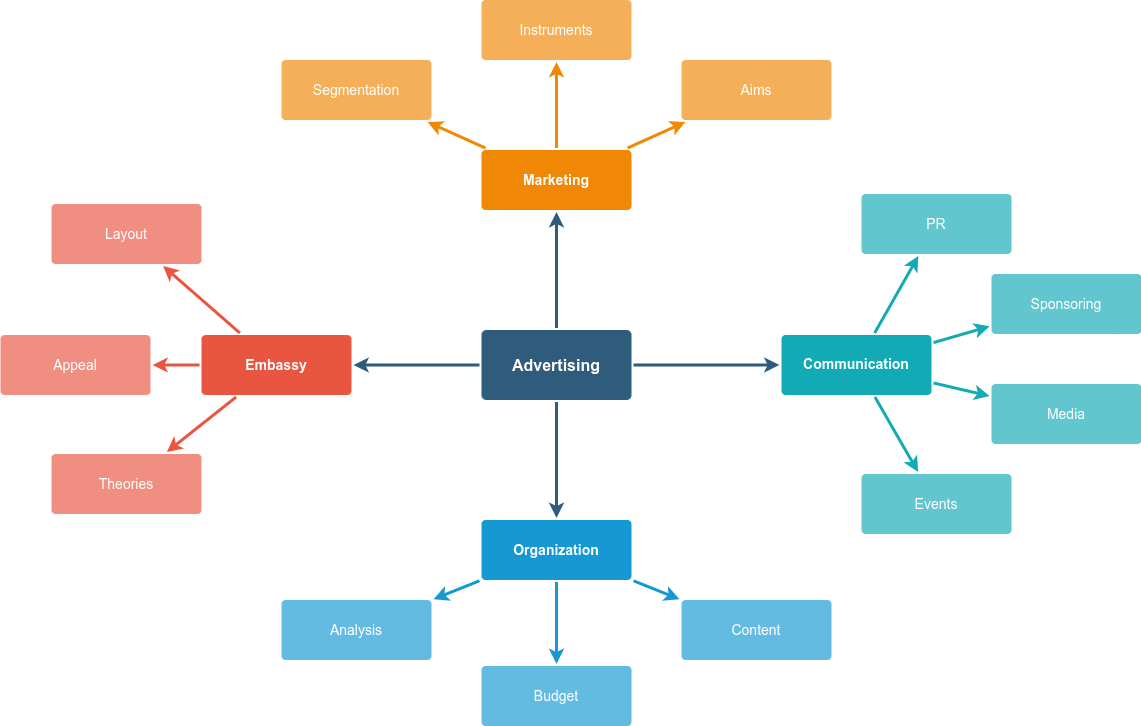
ronsmith/sandbox keeps this draw.io diagram as TryMindmap.drawio.png. Above is the earlier version. Source tidied: cells renumbered, new cells last; positions are measured from the earlier drawing's top-left corner, leaving out a move shared by most shapes. Its diagram source:
```xml
<mxGraphModel>
  <root>
    <mxCell id="0" />
    <mxCell id="1" parent="0" />
    <mxCell id="2" style="edgeStyle=none;rounded=0;jumpStyle=none;html=1;shadow=0;labelBackgroundColor=none;startArrow=none;startFill=0;endArrow=classic;endFill=1;jettySize=auto;strokeColor=#2F5B7C;strokeWidth=3;fontFamily=Helvetica;fontSize=16;fontColor=#23445D;spacing=5;" parent="1" edge="1" source="6" target="21">
      <mxGeometry relative="1" as="geometry" />
    </mxCell>
    <mxCell id="3" style="edgeStyle=none;rounded=0;jumpStyle=none;html=1;shadow=0;labelBackgroundColor=none;startArrow=none;startFill=0;endArrow=classic;endFill=1;jettySize=auto;strokeColor=#2F5B7C;strokeWidth=3;fontFamily=Helvetica;fontSize=16;fontColor=#23445D;spacing=5;" parent="1" edge="1" source="6" target="28">
      <mxGeometry relative="1" as="geometry" />
    </mxCell>
    <mxCell id="4" style="edgeStyle=none;rounded=0;jumpStyle=none;html=1;shadow=0;labelBackgroundColor=none;startArrow=none;startFill=0;endArrow=classic;endFill=1;jettySize=auto;strokeColor=#2F5B7C;strokeWidth=3;fontFamily=Helvetica;fontSize=16;fontColor=#23445D;spacing=5;" parent="1" edge="1" source="6" target="17">
      <mxGeometry relative="1" as="geometry" />
    </mxCell>
    <mxCell id="5" style="edgeStyle=none;rounded=0;jumpStyle=none;html=1;shadow=0;labelBackgroundColor=none;startArrow=none;startFill=0;endArrow=classic;endFill=1;jettySize=auto;strokeColor=#2F5B7C;strokeWidth=3;fontFamily=Helvetica;fontSize=16;fontColor=#23445D;spacing=5;" parent="1" edge="1" source="6" target="10">
      <mxGeometry relative="1" as="geometry" />
    </mxCell>
    <mxCell id="6" value="Advertising" style="rounded=1;whiteSpace=wrap;html=1;shadow=0;labelBackgroundColor=none;strokeColor=none;strokeWidth=3;fillColor=#2F5B7C;fontFamily=Helvetica;fontSize=16;fontColor=#FFFFFF;align=center;fontStyle=1;spacing=5;arcSize=7;perimeterSpacing=2;" parent="1" vertex="1">
      <mxGeometry x="481" y="330.5" width="150" height="70" as="geometry" />
    </mxCell>
    <mxCell id="7" style="edgeStyle=none;rounded=1;jumpStyle=none;html=1;shadow=0;labelBackgroundColor=none;startArrow=none;startFill=0;jettySize=auto;strokeColor=#E85642;strokeWidth=3;fontFamily=Helvetica;fontSize=14;fontColor=#FFFFFF;spacing=5;fontStyle=1;fillColor=#b0e3e6;" parent="1" edge="1" source="10" target="13">
      <mxGeometry relative="1" as="geometry" />
    </mxCell>
    <mxCell id="8" style="edgeStyle=none;rounded=1;jumpStyle=none;html=1;shadow=0;labelBackgroundColor=none;startArrow=none;startFill=0;jettySize=auto;strokeColor=#E85642;strokeWidth=3;fontFamily=Helvetica;fontSize=14;fontColor=#FFFFFF;spacing=5;fontStyle=1;fillColor=#b0e3e6;" parent="1" edge="1" source="10" target="12">
      <mxGeometry relative="1" as="geometry" />
    </mxCell>
    <mxCell id="9" style="edgeStyle=none;rounded=1;jumpStyle=none;html=1;shadow=0;labelBackgroundColor=none;startArrow=none;startFill=0;jettySize=auto;strokeColor=#E85642;strokeWidth=3;fontFamily=Helvetica;fontSize=14;fontColor=#FFFFFF;spacing=5;fontStyle=1;fillColor=#b0e3e6;" parent="1" edge="1" source="10" target="11">
      <mxGeometry relative="1" as="geometry" />
    </mxCell>
    <mxCell id="10" value="Embassy" style="rounded=1;whiteSpace=wrap;html=1;shadow=0;labelBackgroundColor=none;strokeColor=none;strokeWidth=3;fillColor=#e85642;fontFamily=Helvetica;fontSize=14;fontColor=#FFFFFF;align=center;spacing=5;fontStyle=1;arcSize=7;perimeterSpacing=2;" parent="1" vertex="1">
      <mxGeometry x="201" y="335.5" width="150" height="60" as="geometry" />
    </mxCell>
    <mxCell id="11" value="Theories" style="rounded=1;whiteSpace=wrap;html=1;shadow=0;labelBackgroundColor=none;strokeColor=none;strokeWidth=3;fillColor=#f08e81;fontFamily=Helvetica;fontSize=14;fontColor=#FFFFFF;align=center;spacing=5;fontStyle=0;arcSize=7;perimeterSpacing=2;" parent="1" vertex="1">
      <mxGeometry x="51" y="454.5" width="150" height="60" as="geometry" />
    </mxCell>
    <mxCell id="12" value="Appeal" style="rounded=1;whiteSpace=wrap;html=1;shadow=0;labelBackgroundColor=none;strokeColor=none;strokeWidth=3;fillColor=#f08e81;fontFamily=Helvetica;fontSize=14;fontColor=#FFFFFF;align=center;spacing=5;fontStyle=0;arcSize=7;perimeterSpacing=2;" parent="1" vertex="1">
      <mxGeometry y="335.5" width="150" height="60" as="geometry" />
    </mxCell>
    <mxCell id="13" value="Layout" style="rounded=1;whiteSpace=wrap;html=1;shadow=0;labelBackgroundColor=none;strokeColor=none;strokeWidth=3;fillColor=#f08e81;fontFamily=Helvetica;fontSize=14;fontColor=#FFFFFF;align=center;spacing=5;fontStyle=0;arcSize=7;perimeterSpacing=2;" parent="1" vertex="1">
      <mxGeometry x="51" y="204.5" width="150" height="60" as="geometry" />
    </mxCell>
    <mxCell id="14" style="edgeStyle=none;rounded=0;jumpStyle=none;html=1;shadow=0;labelBackgroundColor=none;startArrow=none;startFill=0;endArrow=classic;endFill=1;jettySize=auto;strokeColor=#1699D3;strokeWidth=3;fontFamily=Helvetica;fontSize=14;fontColor=#FFFFFF;spacing=5;" parent="1" edge="1" source="17" target="20">
      <mxGeometry relative="1" as="geometry" />
    </mxCell>
    <mxCell id="15" style="edgeStyle=none;rounded=0;jumpStyle=none;html=1;shadow=0;labelBackgroundColor=none;startArrow=none;startFill=0;endArrow=classic;endFill=1;jettySize=auto;strokeColor=#1699D3;strokeWidth=3;fontFamily=Helvetica;fontSize=14;fontColor=#FFFFFF;spacing=5;" parent="1" edge="1" source="17" target="19">
      <mxGeometry relative="1" as="geometry" />
    </mxCell>
    <mxCell id="16" style="edgeStyle=none;rounded=0;jumpStyle=none;html=1;shadow=0;labelBackgroundColor=none;startArrow=none;startFill=0;endArrow=classic;endFill=1;jettySize=auto;strokeColor=#1699D3;strokeWidth=3;fontFamily=Helvetica;fontSize=14;fontColor=#FFFFFF;spacing=5;" parent="1" edge="1" source="17" target="18">
      <mxGeometry relative="1" as="geometry" />
    </mxCell>
    <mxCell id="17" value="Organization" style="rounded=1;whiteSpace=wrap;html=1;shadow=0;labelBackgroundColor=none;strokeColor=none;strokeWidth=3;fillColor=#1699d3;fontFamily=Helvetica;fontSize=14;fontColor=#FFFFFF;align=center;spacing=5;fontStyle=1;arcSize=7;perimeterSpacing=2;" parent="1" vertex="1">
      <mxGeometry x="481" y="520.5" width="150" height="60" as="geometry" />
    </mxCell>
    <mxCell id="18" value="Content" style="rounded=1;whiteSpace=wrap;html=1;shadow=0;labelBackgroundColor=none;strokeColor=none;strokeWidth=3;fillColor=#64bbe2;fontFamily=Helvetica;fontSize=14;fontColor=#FFFFFF;align=center;spacing=5;arcSize=7;perimeterSpacing=2;" parent="1" vertex="1">
      <mxGeometry x="681" y="600.5" width="150" height="60" as="geometry" />
    </mxCell>
    <mxCell id="19" value="Budget" style="rounded=1;whiteSpace=wrap;html=1;shadow=0;labelBackgroundColor=none;strokeColor=none;strokeWidth=3;fillColor=#64bbe2;fontFamily=Helvetica;fontSize=14;fontColor=#FFFFFF;align=center;spacing=5;arcSize=7;perimeterSpacing=2;" parent="1" vertex="1">
      <mxGeometry x="481" y="666.5" width="150" height="60" as="geometry" />
    </mxCell>
    <mxCell id="20" value="Analysis" style="rounded=1;whiteSpace=wrap;html=1;shadow=0;labelBackgroundColor=none;strokeColor=none;strokeWidth=3;fillColor=#64bbe2;fontFamily=Helvetica;fontSize=14;fontColor=#FFFFFF;align=center;spacing=5;arcSize=7;perimeterSpacing=2;" parent="1" vertex="1">
      <mxGeometry x="281" y="600.5" width="150" height="60" as="geometry" />
    </mxCell>
    <mxCell id="21" value="Marketing" style="rounded=1;whiteSpace=wrap;html=1;shadow=0;labelBackgroundColor=none;strokeColor=none;strokeWidth=3;fillColor=#F08705;fontFamily=Helvetica;fontSize=14;fontColor=#FFFFFF;align=center;spacing=5;fontStyle=1;arcSize=7;perimeterSpacing=2;" parent="1" vertex="1">
      <mxGeometry x="481" y="150.5" width="150" height="60" as="geometry" />
    </mxCell>
    <mxCell id="22" value="Aims&lt;br&gt;" style="rounded=1;whiteSpace=wrap;html=1;shadow=0;labelBackgroundColor=none;strokeColor=none;strokeWidth=3;fillColor=#f5af58;fontFamily=Helvetica;fontSize=14;fontColor=#FFFFFF;align=center;spacing=5;arcSize=7;perimeterSpacing=2;" parent="1" vertex="1">
      <mxGeometry x="681" y="60.5" width="150" height="60" as="geometry" />
    </mxCell>
    <mxCell id="23" style="edgeStyle=none;rounded=0;jumpStyle=none;html=1;shadow=0;labelBackgroundColor=none;startArrow=none;startFill=0;endArrow=classic;endFill=1;jettySize=auto;strokeColor=#F08705;strokeWidth=3;fontFamily=Helvetica;fontSize=14;fontColor=#FFFFFF;spacing=5;" parent="1" edge="1" source="21" target="22">
      <mxGeometry relative="1" as="geometry" />
    </mxCell>
    <mxCell id="24" value="Instruments" style="rounded=1;whiteSpace=wrap;html=1;shadow=0;labelBackgroundColor=none;strokeColor=none;strokeWidth=3;fillColor=#f5af58;fontFamily=Helvetica;fontSize=14;fontColor=#FFFFFF;align=center;spacing=5;arcSize=7;perimeterSpacing=2;" parent="1" vertex="1">
      <mxGeometry x="481" y="0.5" width="150" height="60" as="geometry" />
    </mxCell>
    <mxCell id="25" style="edgeStyle=none;rounded=0;jumpStyle=none;html=1;shadow=0;labelBackgroundColor=none;startArrow=none;startFill=0;endArrow=classic;endFill=1;jettySize=auto;strokeColor=#F08705;strokeWidth=3;fontFamily=Helvetica;fontSize=14;fontColor=#FFFFFF;spacing=5;" parent="1" edge="1" source="21" target="24">
      <mxGeometry relative="1" as="geometry" />
    </mxCell>
    <mxCell id="26" value="Segmentation" style="rounded=1;whiteSpace=wrap;html=1;shadow=0;labelBackgroundColor=none;strokeColor=none;strokeWidth=3;fillColor=#f5af58;fontFamily=Helvetica;fontSize=14;fontColor=#FFFFFF;align=center;spacing=5;arcSize=7;perimeterSpacing=2;" parent="1" vertex="1">
      <mxGeometry x="281" y="60.5" width="150" height="60" as="geometry" />
    </mxCell>
    <mxCell id="27" style="edgeStyle=none;rounded=0;jumpStyle=none;html=1;shadow=0;labelBackgroundColor=none;startArrow=none;startFill=0;endArrow=classic;endFill=1;jettySize=auto;strokeColor=#F08705;strokeWidth=3;fontFamily=Helvetica;fontSize=14;fontColor=#FFFFFF;spacing=5;" parent="1" edge="1" source="21" target="26">
      <mxGeometry relative="1" as="geometry" />
    </mxCell>
    <mxCell id="28" value="Communication" style="rounded=1;whiteSpace=wrap;html=1;shadow=0;labelBackgroundColor=none;strokeColor=none;strokeWidth=3;fillColor=#12aab5;fontFamily=Helvetica;fontSize=14;fontColor=#FFFFFF;align=center;spacing=5;fontStyle=1;arcSize=7;perimeterSpacing=2;" parent="1" vertex="1">
      <mxGeometry x="781" y="335.5" width="150" height="60" as="geometry" />
    </mxCell>
    <mxCell id="29" value="Events" style="rounded=1;whiteSpace=wrap;html=1;shadow=0;labelBackgroundColor=none;strokeColor=none;strokeWidth=3;fillColor=#61c6ce;fontFamily=Helvetica;fontSize=14;fontColor=#FFFFFF;align=center;spacing=5;fontStyle=0;arcSize=7;perimeterSpacing=2;" parent="1" vertex="1">
      <mxGeometry x="861" y="474.5" width="150" height="60" as="geometry" />
    </mxCell>
    <mxCell id="30" style="edgeStyle=none;rounded=1;jumpStyle=none;html=1;shadow=0;labelBackgroundColor=none;startArrow=none;startFill=0;jettySize=auto;strokeColor=#12AAB5;strokeWidth=3;fontFamily=Helvetica;fontSize=14;fontColor=#FFFFFF;spacing=5;fontStyle=1;fillColor=#b0e3e6;" parent="1" edge="1" source="28" target="29">
      <mxGeometry relative="1" as="geometry" />
    </mxCell>
    <mxCell id="31" value="Media" style="rounded=1;whiteSpace=wrap;html=1;shadow=0;labelBackgroundColor=none;strokeColor=none;strokeWidth=3;fillColor=#61c6ce;fontFamily=Helvetica;fontSize=14;fontColor=#FFFFFF;align=center;spacing=5;fontStyle=0;arcSize=7;perimeterSpacing=2;" parent="1" vertex="1">
      <mxGeometry x="991" y="384.5" width="150" height="60" as="geometry" />
    </mxCell>
    <mxCell id="32" style="edgeStyle=none;rounded=1;jumpStyle=none;html=1;shadow=0;labelBackgroundColor=none;startArrow=none;startFill=0;jettySize=auto;strokeColor=#12AAB5;strokeWidth=3;fontFamily=Helvetica;fontSize=14;fontColor=#FFFFFF;spacing=5;fontStyle=1;fillColor=#b0e3e6;" parent="1" edge="1" source="28" target="31">
      <mxGeometry relative="1" as="geometry" />
    </mxCell>
    <mxCell id="33" value="Sponsoring" style="rounded=1;whiteSpace=wrap;html=1;shadow=0;labelBackgroundColor=none;strokeColor=none;strokeWidth=3;fillColor=#61c6ce;fontFamily=Helvetica;fontSize=14;fontColor=#FFFFFF;align=center;spacing=5;fontStyle=0;arcSize=7;perimeterSpacing=2;" parent="1" vertex="1">
      <mxGeometry x="991" y="274.5" width="150" height="60" as="geometry" />
    </mxCell>
    <mxCell id="34" style="edgeStyle=none;rounded=1;jumpStyle=none;html=1;shadow=0;labelBackgroundColor=none;startArrow=none;startFill=0;jettySize=auto;strokeColor=#12AAB5;strokeWidth=3;fontFamily=Helvetica;fontSize=14;fontColor=#FFFFFF;spacing=5;fontStyle=1;fillColor=#b0e3e6;" parent="1" edge="1" source="28" target="33">
      <mxGeometry relative="1" as="geometry" />
    </mxCell>
    <mxCell id="35" value="PR" style="rounded=1;whiteSpace=wrap;html=1;shadow=0;labelBackgroundColor=none;strokeColor=none;strokeWidth=3;fillColor=#61c6ce;fontFamily=Helvetica;fontSize=14;fontColor=#FFFFFF;align=center;spacing=5;fontStyle=0;arcSize=7;perimeterSpacing=2;" parent="1" vertex="1">
      <mxGeometry x="861" y="194.5" width="150" height="60" as="geometry" />
    </mxCell>
    <mxCell id="36" style="edgeStyle=none;rounded=1;jumpStyle=none;html=1;shadow=0;labelBackgroundColor=none;startArrow=none;startFill=0;jettySize=auto;strokeColor=#12AAB5;strokeWidth=3;fontFamily=Helvetica;fontSize=14;fontColor=#FFFFFF;spacing=5;fontStyle=1;fillColor=#b0e3e6;" parent="1" edge="1" source="28" target="35">
      <mxGeometry relative="1" as="geometry" />
    </mxCell>
  </root>
</mxGraphModel>
```
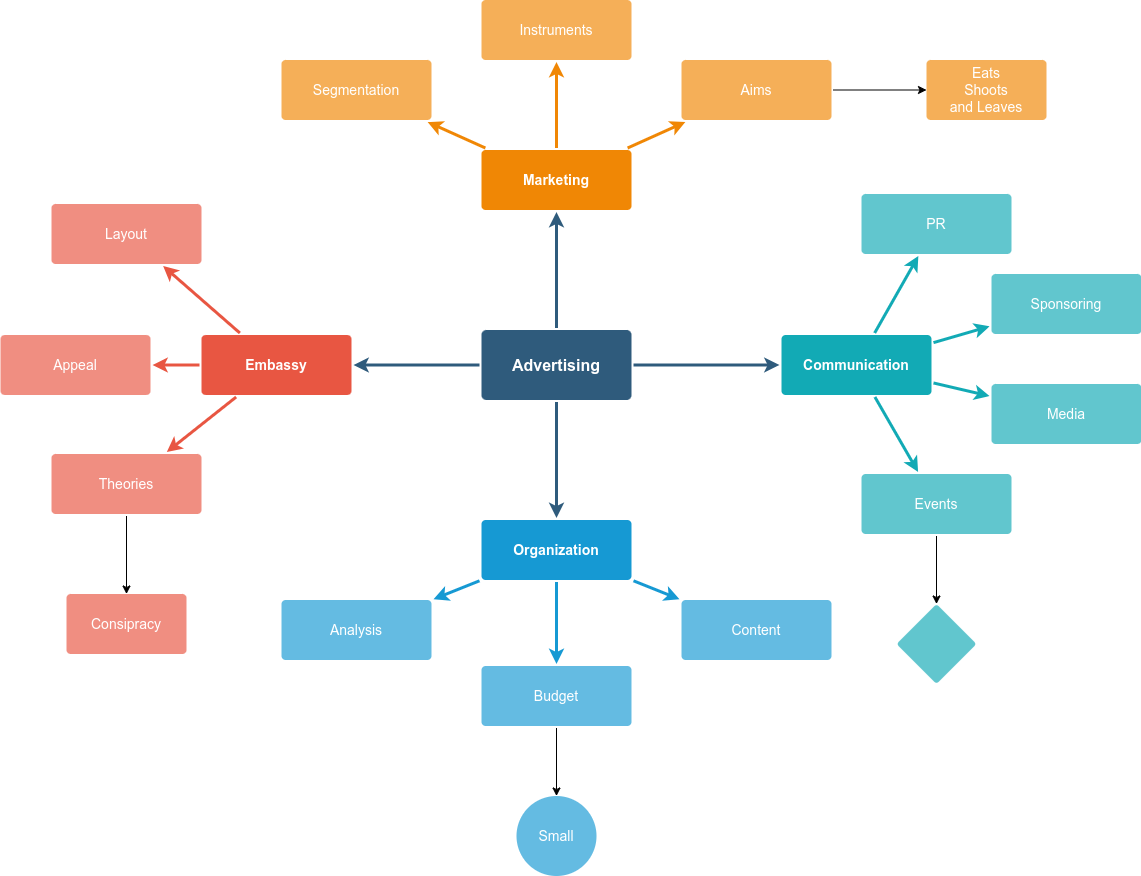
After the change.

What changed in the source:
```diff
@@ -29,6 +29,9 @@
     <mxCell id="10" value="Embassy" style="rounded=1;whiteSpace=wrap;html=1;shadow=0;labelBackgroundColor=none;strokeColor=none;strokeWidth=3;fillColor=#e85642;fontFamily=Helvetica;fontSize=14;fontColor=#FFFFFF;align=center;spacing=5;fontStyle=1;arcSize=7;perimeterSpacing=2;" parent="1" vertex="1">
       <mxGeometry x="201" y="335.5" width="150" height="60" as="geometry" />
     </mxCell>
+    <mxCell id="37" style="edgeStyle=orthogonalEdgeStyle;rounded=0;jettySize=auto;html=1;" parent="1" edge="1" source="11" target="41">
+      <mxGeometry relative="1" as="geometry" />
+    </mxCell>
     <mxCell id="11" value="Theories" style="rounded=1;whiteSpace=wrap;html=1;shadow=0;labelBackgroundColor=none;strokeColor=none;strokeWidth=3;fillColor=#f08e81;fontFamily=Helvetica;fontSize=14;fontColor=#FFFFFF;align=center;spacing=5;fontStyle=0;arcSize=7;perimeterSpacing=2;" parent="1" vertex="1">
       <mxGeometry x="51" y="454.5" width="150" height="60" as="geometry" />
     </mxCell>
@@ -53,6 +56,9 @@
     <mxCell id="18" value="Content" style="rounded=1;whiteSpace=wrap;html=1;shadow=0;labelBackgroundColor=none;strokeColor=none;strokeWidth=3;fillColor=#64bbe2;fontFamily=Helvetica;fontSize=14;fontColor=#FFFFFF;align=center;spacing=5;arcSize=7;perimeterSpacing=2;" parent="1" vertex="1">
       <mxGeometry x="681" y="600.5" width="150" height="60" as="geometry" />
     </mxCell>
+    <mxCell id="38" style="edgeStyle=orthogonalEdgeStyle;rounded=0;jettySize=auto;html=1;" parent="1" edge="1" source="19" target="42">
+      <mxGeometry relative="1" as="geometry" />
+    </mxCell>
     <mxCell id="19" value="Budget" style="rounded=1;whiteSpace=wrap;html=1;shadow=0;labelBackgroundColor=none;strokeColor=none;strokeWidth=3;fillColor=#64bbe2;fontFamily=Helvetica;fontSize=14;fontColor=#FFFFFF;align=center;spacing=5;arcSize=7;perimeterSpacing=2;" parent="1" vertex="1">
       <mxGeometry x="481" y="666.5" width="150" height="60" as="geometry" />
     </mxCell>
@@ -62,6 +68,9 @@
     <mxCell id="21" value="Marketing" style="rounded=1;whiteSpace=wrap;html=1;shadow=0;labelBackgroundColor=none;strokeColor=none;strokeWidth=3;fillColor=#F08705;fontFamily=Helvetica;fontSize=14;fontColor=#FFFFFF;align=center;spacing=5;fontStyle=1;arcSize=7;perimeterSpacing=2;" parent="1" vertex="1">
       <mxGeometry x="481" y="150.5" width="150" height="60" as="geometry" />
     </mxCell>
+    <mxCell id="39" style="edgeStyle=orthogonalEdgeStyle;rounded=0;jettySize=auto;html=1;" parent="1" edge="1" source="22" target="44">
+      <mxGeometry relative="1" as="geometry" />
+    </mxCell>
     <mxCell id="22" value="Aims&lt;br&gt;" style="rounded=1;whiteSpace=wrap;html=1;shadow=0;labelBackgroundColor=none;strokeColor=none;strokeWidth=3;fillColor=#f5af58;fontFamily=Helvetica;fontSize=14;fontColor=#FFFFFF;align=center;spacing=5;arcSize=7;perimeterSpacing=2;" parent="1" vertex="1">
       <mxGeometry x="681" y="60.5" width="150" height="60" as="geometry" />
     </mxCell>
@@ -83,6 +92,9 @@
     <mxCell id="28" value="Communication" style="rounded=1;whiteSpace=wrap;html=1;shadow=0;labelBackgroundColor=none;strokeColor=none;strokeWidth=3;fillColor=#12aab5;fontFamily=Helvetica;fontSize=14;fontColor=#FFFFFF;align=center;spacing=5;fontStyle=1;arcSize=7;perimeterSpacing=2;" parent="1" vertex="1">
       <mxGeometry x="781" y="335.5" width="150" height="60" as="geometry" />
     </mxCell>
+    <mxCell id="40" style="edgeStyle=orthogonalEdgeStyle;rounded=0;jettySize=auto;html=1;" parent="1" edge="1" source="29" target="43">
+      <mxGeometry relative="1" as="geometry" />
+    </mxCell>
     <mxCell id="29" value="Events" style="rounded=1;whiteSpace=wrap;html=1;shadow=0;labelBackgroundColor=none;strokeColor=none;strokeWidth=3;fillColor=#61c6ce;fontFamily=Helvetica;fontSize=14;fontColor=#FFFFFF;align=center;spacing=5;fontStyle=0;arcSize=7;perimeterSpacing=2;" parent="1" vertex="1">
       <mxGeometry x="861" y="474.5" width="150" height="60" as="geometry" />
     </mxCell>
@@ -107,5 +119,17 @@
     <mxCell id="36" style="edgeStyle=none;rounded=1;jumpStyle=none;html=1;shadow=0;labelBackgroundColor=none;startArrow=none;startFill=0;jettySize=auto;strokeColor=#12AAB5;strokeWidth=3;fontFamily=Helvetica;fontSize=14;fontColor=#FFFFFF;spacing=5;fontStyle=1;fillColor=#b0e3e6;" parent="1" edge="1" source="28" target="35">
       <mxGeometry relative="1" as="geometry" />
     </mxCell>
+    <mxCell id="41" value="Consipracy" style="whiteSpace=wrap;html=1;fontSize=14;fillColor=#f08e81;strokeColor=none;fontColor=#FFFFFF;rounded=1;shadow=0;labelBackgroundColor=none;strokeWidth=3;spacing=5;fontStyle=0;arcSize=7;" parent="1" vertex="1">
+      <mxGeometry x="66" y="594.5" width="120" height="60" as="geometry" />
+    </mxCell>
+    <mxCell id="42" value="Small" style="ellipse;whiteSpace=wrap;html=1;fontSize=14;fillColor=#64bbe2;strokeColor=none;fontColor=#FFFFFF;rounded=1;shadow=0;labelBackgroundColor=none;strokeWidth=3;spacing=5;arcSize=7;" parent="1" vertex="1">
+      <mxGeometry x="516" y="796.5" width="80" height="80" as="geometry" />
+    </mxCell>
+    <mxCell id="43" style="rhombus;whiteSpace=wrap;html=1;fontSize=14;fillColor=#61c6ce;strokeColor=none;fontColor=#FFFFFF;rounded=1;shadow=0;labelBackgroundColor=none;strokeWidth=3;spacing=5;fontStyle=0;arcSize=7;" parent="1" vertex="1">
+      <mxGeometry x="896" y="604.5" width="80" height="80" as="geometry" />
+    </mxCell>
+    <mxCell id="44" value="Eats&lt;div&gt;Shoots&lt;/div&gt;&lt;div&gt;and Leaves&lt;/div&gt;" style="whiteSpace=wrap;html=1;fontSize=14;fillColor=#f5af58;strokeColor=none;fontColor=#FFFFFF;rounded=1;shadow=0;labelBackgroundColor=none;strokeWidth=3;spacing=5;arcSize=7;" parent="1" vertex="1">
+      <mxGeometry x="926" y="60.5" width="120" height="60" as="geometry" />
+    </mxCell>
   </root>
 </mxGraphModel>
```
